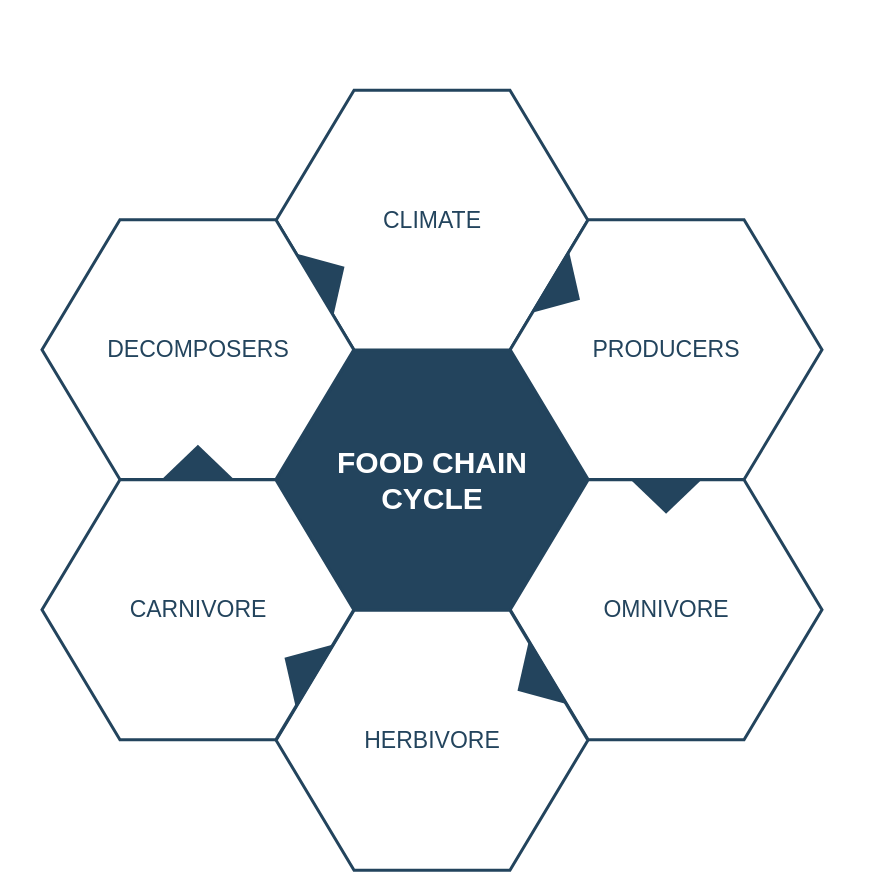
The draw.io diagram Untitled Diagram.drawio in adekuar/test-repo, before the edit. Source tidied: cells renumbered, new cells numbered last; positions are measured from the earlier drawing's top-left corner, leaving out a move shared by most shapes. Both pictures are drawn from the tidied source at 100%, with x=0, y=0 at pixel (41, 90).
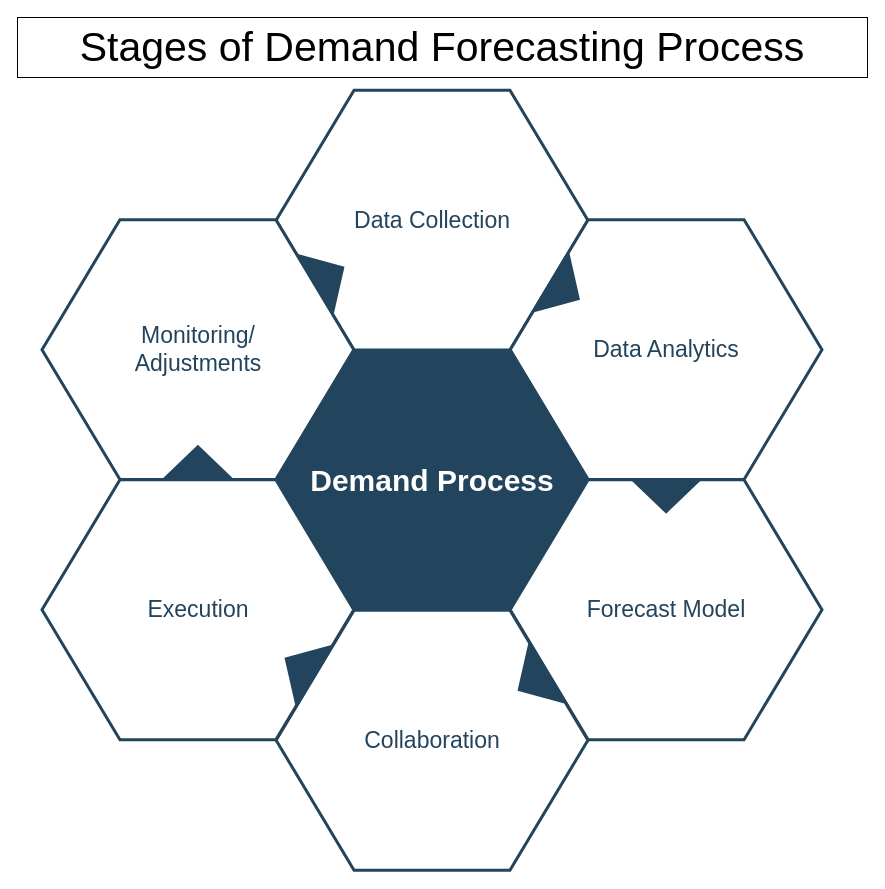
After the change.

Diff of the diagram source:
```diff
@@
 <mxGraphModel>
   <root>
     <mxCell id="0" />
     <mxCell id="1" parent="0" />
-    <mxCell id="2" value="&lt;font style=&quot;font-size: 30px&quot; color=&quot;#ffffff&quot;&gt;&lt;b&gt;&lt;span&gt;FOOD CHAIN&lt;/span&gt;&lt;br&gt;&lt;span&gt;CYCLE&lt;/span&gt;&lt;/b&gt;&lt;/font&gt;&lt;br&gt;" style="shape=hexagon;perimeter=hexagonPerimeter2;whiteSpace=wrap;html=1;shadow=0;labelBackgroundColor=none;strokeColor=#23445D;fillColor=#23445D;gradientColor=none;fontFamily=Helvetica;fontSize=23;fontColor=#23445d;align=center;strokeWidth=3;" parent="1" vertex="1">
+    <mxCell id="2" value="&lt;font color=&quot;#ffffff&quot;&gt;&lt;span style=&quot;font-size: 30px;&quot;&gt;&lt;b&gt;Demand Process&lt;/b&gt;&lt;/span&gt;&lt;/font&gt;" style="shape=hexagon;perimeter=hexagonPerimeter2;whiteSpace=wrap;html=1;shadow=0;labelBackgroundColor=none;strokeColor=#23445D;fillColor=#23445D;gradientColor=none;fontFamily=Helvetica;fontSize=23;fontColor=#23445d;align=center;strokeWidth=3;" parent="1" vertex="1">
       <mxGeometry x="234.6" y="259.8" width="311.8" height="259.9" as="geometry" />
     </mxCell>
     <mxCell id="3" style="triangle;whiteSpace=wrap;html=1;shadow=0;labelBackgroundColor=none;strokeColor=none;fillColor=#FFFFFF;fontFamily=Helvetica;fontSize=17;fontColor=#23445d;align=center;rotation=90;gradientColor=none;flipV=1;flipH=1;opacity=20;" parent="1" vertex="1">
       <mxGeometry x="115.5" y="277.7" width="72" height="152" as="geometry" />
     </mxCell>
-    <mxCell id="4" value="&lt;font style=&quot;font-size: 23px&quot;&gt;CLIMATE&lt;/font&gt;" style="shape=hexagon;perimeter=hexagonPerimeter2;whiteSpace=wrap;html=1;shadow=0;labelBackgroundColor=none;strokeColor=#23445D;fillColor=#ffffff;gradientColor=none;fontFamily=Helvetica;fontSize=23;fontColor=#23445D;align=center;strokeWidth=3;" parent="1" vertex="1">
+    <mxCell id="4" value="&lt;font style=&quot;font-size: 23px&quot;&gt;Data Collection&lt;/font&gt;" style="shape=hexagon;perimeter=hexagonPerimeter2;whiteSpace=wrap;html=1;shadow=0;labelBackgroundColor=none;strokeColor=#23445D;fillColor=#ffffff;gradientColor=none;fontFamily=Helvetica;fontSize=23;fontColor=#23445D;align=center;strokeWidth=3;" parent="1" vertex="1">
       <mxGeometry x="234.6" y="-0.3" width="311.8" height="259.9" as="geometry" />
     </mxCell>
-    <mxCell id="5" value="&lt;font style=&quot;font-size: 23px&quot;&gt;PRODUCERS&lt;/font&gt;" style="shape=hexagon;perimeter=hexagonPerimeter2;whiteSpace=wrap;html=1;shadow=0;labelBackgroundColor=none;strokeColor=#23445D;fillColor=#FFFFFF;gradientColor=none;fontFamily=Helvetica;fontSize=23;fontColor=#23445d;align=center;strokeWidth=3;" parent="1" vertex="1">
+    <mxCell id="5" value="&lt;font style=&quot;font-size: 23px&quot;&gt;Data Analytics&lt;/font&gt;" style="shape=hexagon;perimeter=hexagonPerimeter2;whiteSpace=wrap;html=1;shadow=0;labelBackgroundColor=none;strokeColor=#23445D;fillColor=#FFFFFF;gradientColor=none;fontFamily=Helvetica;fontSize=23;fontColor=#23445d;align=center;strokeWidth=3;" parent="1" vertex="1">
       <mxGeometry x="468.7" y="129.2" width="311.8" height="259.9" as="geometry" />
     </mxCell>
-    <mxCell id="6" value="&lt;font style=&quot;font-size: 23px&quot;&gt;OMNIVORE&lt;/font&gt;" style="shape=hexagon;perimeter=hexagonPerimeter2;whiteSpace=wrap;html=1;shadow=0;labelBackgroundColor=none;strokeColor=#23445D;fillColor=#FFFFFF;gradientColor=none;fontFamily=Helvetica;fontSize=23;fontColor=#23445d;align=center;strokeWidth=3;" parent="1" vertex="1">
+    <mxCell id="6" value="Forecast Model" style="shape=hexagon;perimeter=hexagonPerimeter2;whiteSpace=wrap;html=1;shadow=0;labelBackgroundColor=none;strokeColor=#23445D;fillColor=#FFFFFF;gradientColor=none;fontFamily=Helvetica;fontSize=23;fontColor=#23445d;align=center;strokeWidth=3;" parent="1" vertex="1">
       <mxGeometry x="468.7" y="389.3" width="311.8" height="259.9" as="geometry" />
     </mxCell>
-    <mxCell id="7" value="&lt;font style=&quot;font-size: 23px&quot;&gt;HERBIVORE&lt;/font&gt;" style="shape=hexagon;perimeter=hexagonPerimeter2;whiteSpace=wrap;html=1;shadow=0;labelBackgroundColor=none;strokeColor=#23445D;fillColor=#FFFFFF;gradientColor=none;fontFamily=Helvetica;fontSize=23;fontColor=#23445d;align=center;strokeWidth=3;" parent="1" vertex="1">
+    <mxCell id="7" value="&lt;font style=&quot;font-size: 23px&quot;&gt;Collaboration&lt;/font&gt;" style="shape=hexagon;perimeter=hexagonPerimeter2;whiteSpace=wrap;html=1;shadow=0;labelBackgroundColor=none;strokeColor=#23445D;fillColor=#FFFFFF;gradientColor=none;fontFamily=Helvetica;fontSize=23;fontColor=#23445d;align=center;strokeWidth=3;" parent="1" vertex="1">
       <mxGeometry x="234.6" y="519.8" width="311.8" height="259.9" as="geometry" />
     </mxCell>
-    <mxCell id="8" value="&lt;font style=&quot;font-size: 23px&quot;&gt;CARNIVORE&lt;/font&gt;" style="shape=hexagon;perimeter=hexagonPerimeter2;whiteSpace=wrap;html=1;shadow=0;labelBackgroundColor=none;strokeColor=#23445D;fillColor=#FFFFFF;gradientColor=none;fontFamily=Helvetica;fontSize=23;fontColor=#23445d;align=center;strokeWidth=3;" parent="1" vertex="1">
+    <mxCell id="8" value="&lt;font style=&quot;font-size: 23px&quot;&gt;Execution&lt;/font&gt;" style="shape=hexagon;perimeter=hexagonPerimeter2;whiteSpace=wrap;html=1;shadow=0;labelBackgroundColor=none;strokeColor=#23445D;fillColor=#FFFFFF;gradientColor=none;fontFamily=Helvetica;fontSize=23;fontColor=#23445d;align=center;strokeWidth=3;" parent="1" vertex="1">
       <mxGeometry x="0.5" y="389.3" width="311.8" height="259.9" as="geometry" />
     </mxCell>
-    <mxCell id="9" value="&lt;font style=&quot;font-size: 23px;&quot;&gt;DECOMPOSERS&lt;/font&gt;" style="shape=hexagon;perimeter=hexagonPerimeter2;whiteSpace=wrap;html=1;shadow=0;labelBackgroundColor=none;strokeColor=#23445D;fillColor=#ffffff;gradientColor=none;fontFamily=Helvetica;fontSize=23;fontColor=#23445D;align=center;strokeWidth=3;" parent="1" vertex="1">
+    <mxCell id="9" value="&lt;font style=&quot;font-size: 23px;&quot;&gt;Monitoring/&lt;/font&gt;&lt;div&gt;&lt;font style=&quot;font-size: 23px;&quot;&gt;Adjustments&lt;/font&gt;&lt;/div&gt;" style="shape=hexagon;perimeter=hexagonPerimeter2;whiteSpace=wrap;html=1;shadow=0;labelBackgroundColor=none;strokeColor=#23445D;fillColor=#ffffff;gradientColor=none;fontFamily=Helvetica;fontSize=23;fontColor=#23445D;align=center;strokeWidth=3;" parent="1" vertex="1">
       <mxGeometry x="0.5" y="129.2" width="311.8" height="259.9" as="geometry" />
     </mxCell>
     <mxCell id="10" style="triangle;whiteSpace=wrap;html=1;shadow=0;labelBackgroundColor=none;strokeColor=none;fillColor=#23445D;fontFamily=Helvetica;fontSize=17;fontColor=#23445d;align=center;rotation=31;gradientColor=none;strokeWidth=3;" parent="1" vertex="1">
       <mxGeometry x="506" y="163.7" width="35" height="73" as="geometry" />
     </mxCell>
     <mxCell id="11" style="triangle;whiteSpace=wrap;html=1;shadow=0;labelBackgroundColor=none;strokeColor=none;fillColor=#23445D;fontFamily=Helvetica;fontSize=17;fontColor=#23445d;align=center;rotation=31;gradientColor=none;flipH=1;strokeWidth=3;" parent="1" vertex="1">
       <mxGeometry x="240.5" y="539.7" width="35" height="73" as="geometry" />
     </mxCell>
     <mxCell id="12" style="triangle;whiteSpace=wrap;html=1;shadow=0;labelBackgroundColor=none;strokeColor=none;fillColor=#23445D;fontFamily=Helvetica;fontSize=17;fontColor=#23445d;align=center;rotation=329;gradientColor=none;strokeWidth=3;" parent="1" vertex="1">
       <mxGeometry x="270.5" y="148.7" width="35" height="73" as="geometry" />
     </mxCell>
     <mxCell id="13" style="triangle;whiteSpace=wrap;html=1;shadow=0;labelBackgroundColor=none;strokeColor=none;fillColor=#23445D;fontFamily=Helvetica;fontSize=17;fontColor=#23445d;align=center;rotation=329;gradientColor=none;flipH=1;strokeWidth=3;" parent="1" vertex="1">
       <mxGeometry x="473.5" y="554.7" width="35" height="73" as="geometry" />
     </mxCell>
     <mxCell id="14" style="triangle;whiteSpace=wrap;html=1;shadow=0;labelBackgroundColor=none;strokeColor=none;fillColor=#23445D;fontFamily=Helvetica;fontSize=17;fontColor=#23445d;align=center;rotation=90;gradientColor=none;strokeWidth=3;" parent="1" vertex="1">
       <mxGeometry x="607.1" y="369.2" width="35" height="73" as="geometry" />
     </mxCell>
     <mxCell id="15" style="triangle;whiteSpace=wrap;html=1;shadow=0;labelBackgroundColor=none;strokeColor=none;fillColor=#23445D;fontFamily=Helvetica;fontSize=17;fontColor=#23445d;align=center;rotation=90;gradientColor=none;flipH=1;strokeWidth=3;" parent="1" vertex="1">
       <mxGeometry x="138.9" y="335.2" width="35" height="73" as="geometry" />
     </mxCell>
+    <mxCell id="16" value="Stages of Demand Forecasting Process" style="rounded=0;whiteSpace=wrap;html=1;fillStyle=solid;fontSize=41;" parent="1" vertex="1">
+      <mxGeometry x="-24" y="-73" width="850" height="60" as="geometry" />
+    </mxCell>
   </root>
 </mxGraphModel>
```
